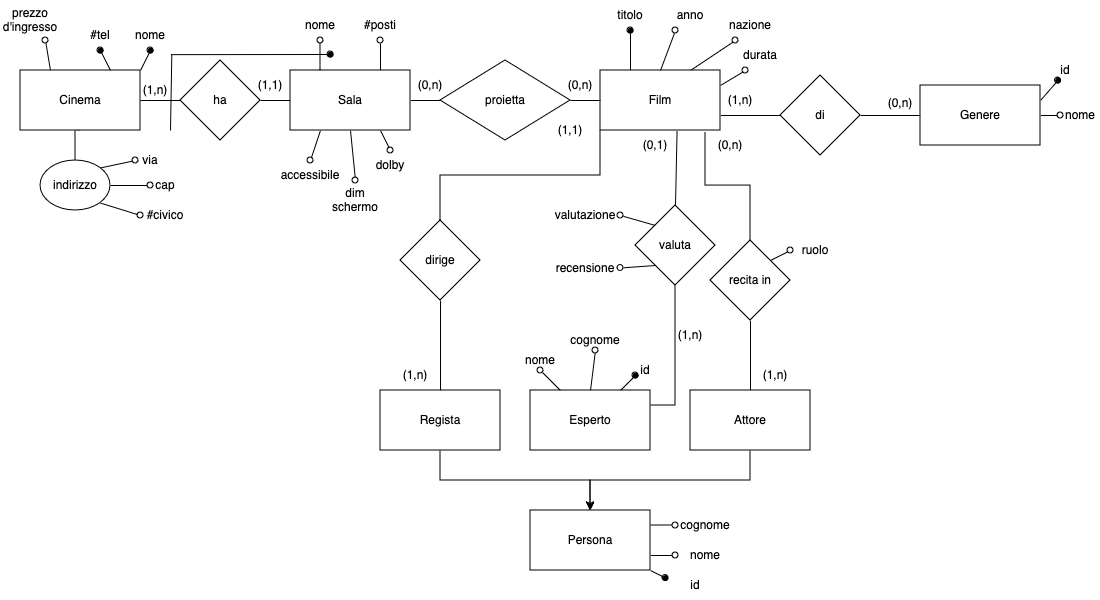
Above: Cinema.drawio.png in GekkeijuITA/BD (draw.io), before the change. Source tidied: cells renumbered, new cells last; positions are measured from the earlier drawing's top-left corner, leaving out a move shared by most shapes.
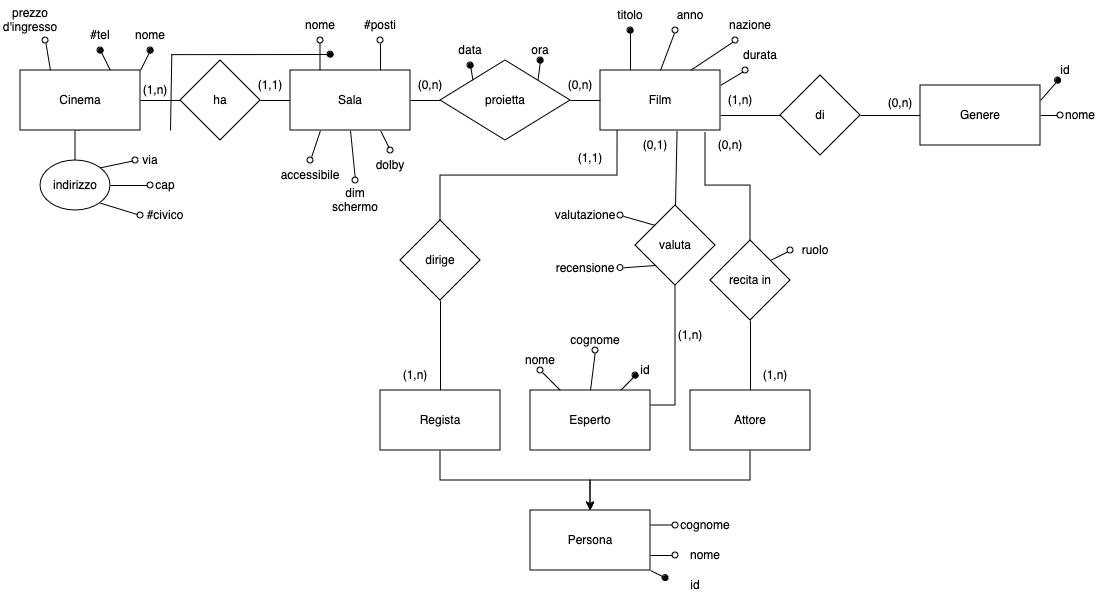
After the change.

Diff of the diagram source:
```diff
@@ -67,6 +67,12 @@
     <mxCell id="21" style="edgeStyle=orthogonalEdgeStyle;rounded=0;jettySize=auto;html=1;exitX=1;exitY=0.5;exitDx=0;exitDy=0;entryX=0;entryY=0.5;entryDx=0;entryDy=0;endArrow=none;endFill=0;" parent="1" edge="1" source="22" target="20">
       <mxGeometry relative="1" as="geometry" />
     </mxCell>
+    <mxCell id="98" style="rounded=0;jettySize=auto;html=1;exitX=0;exitY=0;exitDx=0;exitDy=0;entryX=0.5;entryY=1;entryDx=0;entryDy=0;endArrow=oval;endFill=1;" parent="1" edge="1" source="22" target="100">
+      <mxGeometry relative="1" as="geometry" />
+    </mxCell>
+    <mxCell id="99" style="rounded=0;jettySize=auto;html=1;exitX=1;exitY=0;exitDx=0;exitDy=0;entryX=0.5;entryY=1;entryDx=0;entryDy=0;endArrow=oval;endFill=1;" parent="1" edge="1" source="22" target="101">
+      <mxGeometry relative="1" as="geometry" />
+    </mxCell>
     <mxCell id="22" value="proietta" style="rhombus;whiteSpace=wrap;html=1;rounded=0;" parent="1" vertex="1">
       <mxGeometry x="440" y="60" width="130" height="80" as="geometry" />
     </mxCell>
@@ -177,7 +183,7 @@
     <mxCell id="56" value="Regista" style="rounded=0;whiteSpace=wrap;html=1;" parent="1" vertex="1">
       <mxGeometry x="380" y="390" width="120" height="60" as="geometry" />
     </mxCell>
-    <mxCell id="57" style="rounded=0;jettySize=auto;html=1;exitX=0.5;exitY=0;exitDx=0;exitDy=0;entryX=0;entryY=1;entryDx=0;entryDy=0;endArrow=none;endFill=0;edgeStyle=orthogonalEdgeStyle;" parent="1" edge="1" source="58" target="20">
+    <mxCell id="57" style="rounded=0;jettySize=auto;html=1;exitX=0.5;exitY=0;exitDx=0;exitDy=0;entryX=0.142;entryY=0.995;entryDx=0;entryDy=0;endArrow=none;endFill=0;edgeStyle=orthogonalEdgeStyle;entryPerimeter=0;" parent="1" edge="1" source="58" target="20">
       <mxGeometry relative="1" as="geometry" />
     </mxCell>
     <mxCell id="58" value="dirige" style="rhombus;whiteSpace=wrap;html=1;rounded=0;" parent="1" vertex="1">
@@ -205,7 +211,7 @@
       <mxGeometry x="880" y="90" width="40" height="25" as="geometry" />
     </mxCell>
     <mxCell id="66" value="(1,1)" style="text;html=1;align=center;verticalAlign=middle;whiteSpace=wrap;rounded=0;" parent="1" vertex="1">
-      <mxGeometry x="540" y="115" width="60" height="30" as="geometry" />
+      <mxGeometry x="570" y="150" width="40" height="15" as="geometry" />
     </mxCell>
     <mxCell id="67" value="(1,n)" style="text;html=1;align=center;verticalAlign=middle;whiteSpace=wrap;rounded=0;" parent="1" vertex="1">
       <mxGeometry x="385" y="360" width="60" height="30" as="geometry" />
@@ -304,5 +310,11 @@
         <mxPoint x="330" y="54" as="sourcePoint" />
       </mxGeometry>
     </mxCell>
+    <mxCell id="100" value="data" style="text;html=1;align=center;verticalAlign=middle;whiteSpace=wrap;rounded=0;" parent="1" vertex="1">
+      <mxGeometry x="440" y="35" width="60" height="30" as="geometry" />
+    </mxCell>
+    <mxCell id="101" value="ora" style="text;html=1;align=center;verticalAlign=middle;whiteSpace=wrap;rounded=0;" parent="1" vertex="1">
+      <mxGeometry x="510" y="40" width="60" height="20" as="geometry" />
+    </mxCell>
   </root>
 </mxGraphModel>
```
